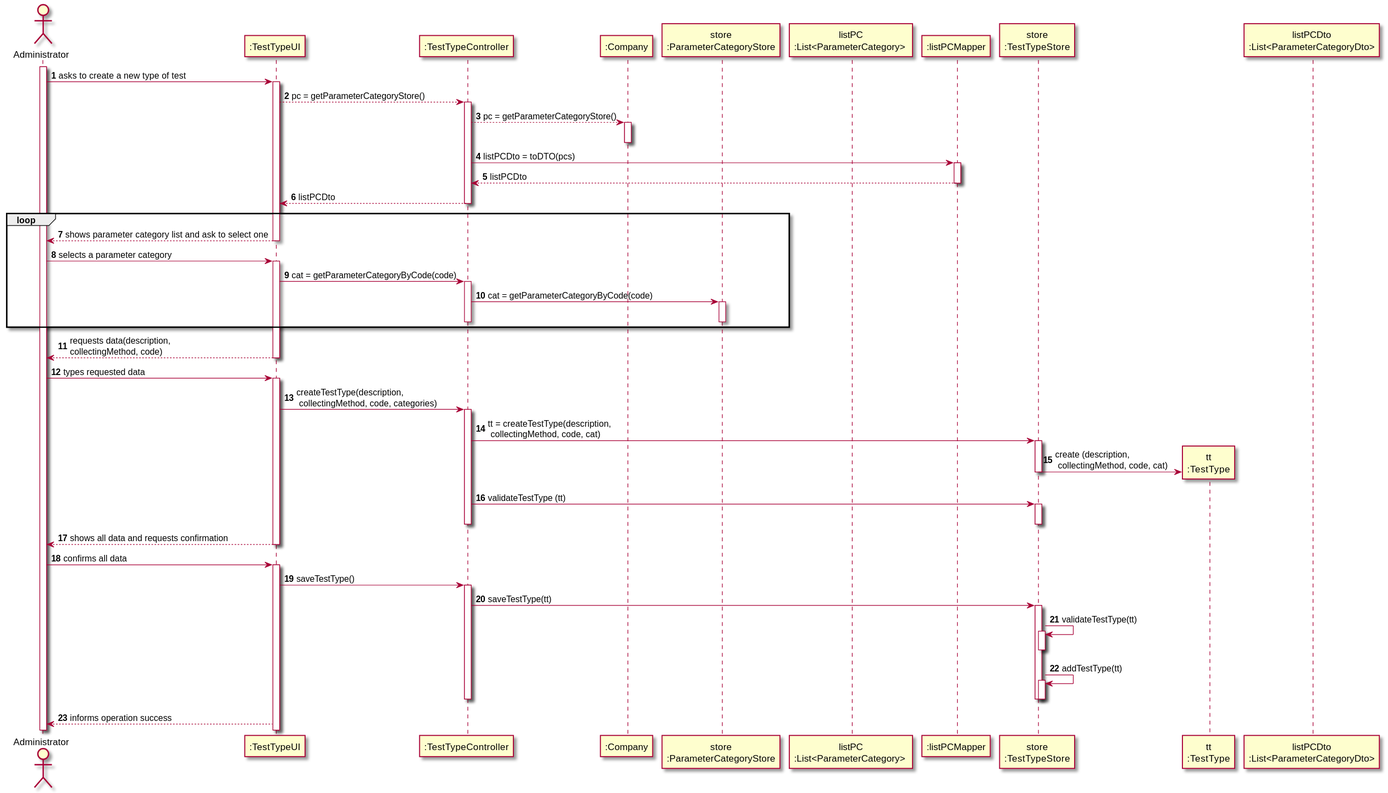
The PlantUML diagram docs/SprintB/US9_CreateTestType/US009_SD_v2.svg in Pedromaia26/LAPR2-ISEP, before a commit.
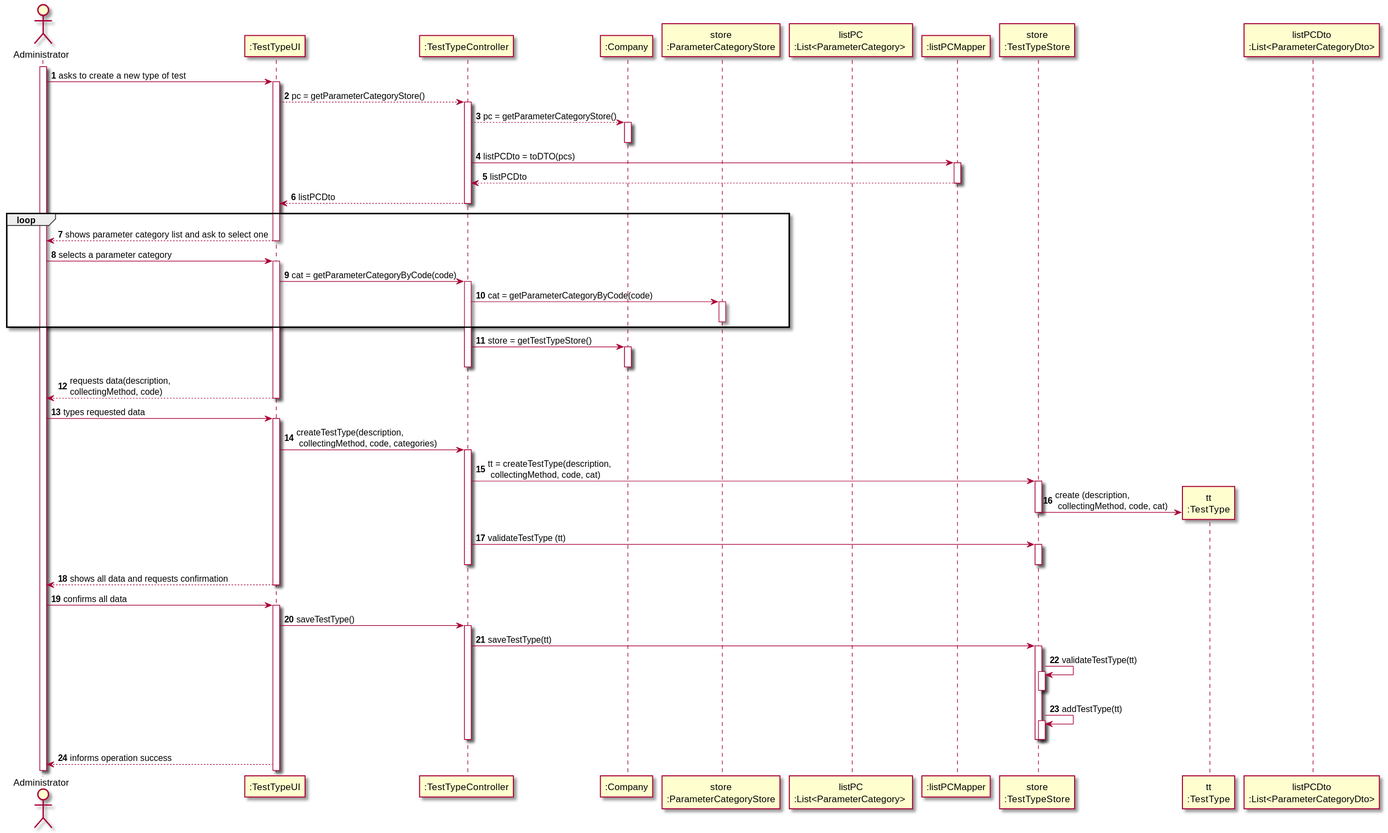
The same diagram one commit later.

Diff of the diagram source:
```diff
@@ -42,9 +42,12 @@
 activate TTC
 TTC -> PCS: cat = getParameterCategoryByCode(code)
 activate PCS
-deactivate TTC
 deactivate PCS
 end
+TTC -> ML: store = getTestTypeStore()
+activate ML
+deactivate ML
+deactivate TTC
 UI --> Adm: requests data(description, \ncollectingMethod, code)
 deactivate UI
 
```
